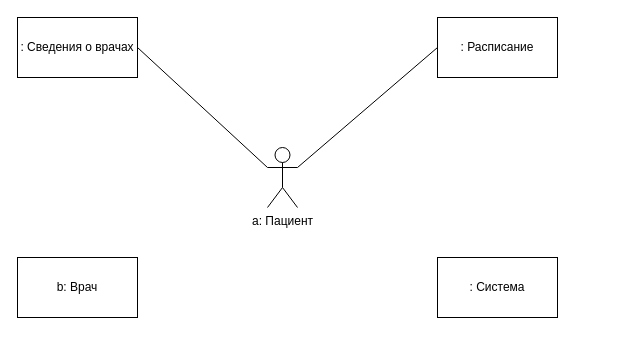
Earlier version of the draw.io diagram acms4_4.drawio (v-tempe/draw.io). Source tidied: cells renumbered, new cells numbered last; positions are measured from the earlier drawing's top-left corner, leaving out a move shared by most shapes. Both pictures are drawn from the tidied source at 100%, with x=0, y=0 at pixel (17, 17).
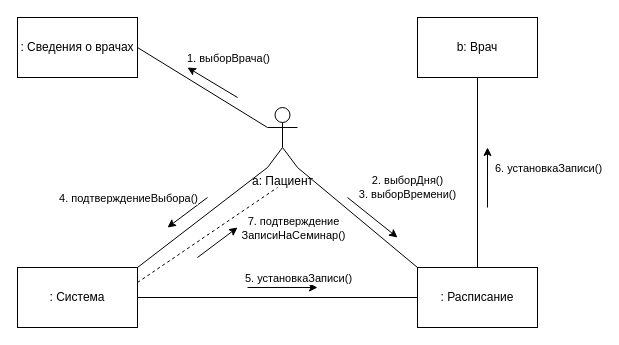
After the change.

The edit, as a diff of the source:
```diff
@@
     <mxCell id="2" value="a: Пациент" style="shape=umlActor;verticalLabelPosition=bottom;verticalAlign=top;html=1;outlineConnect=0;" parent="1" vertex="1">
-      <mxGeometry x="250" y="130" width="30" height="60" as="geometry" />
+      <mxGeometry x="250" y="90" width="30" height="60" as="geometry" />
     </mxCell>
@@
     <mxCell id="4" value="b: Врач" style="rounded=0;whiteSpace=wrap;html=1;" parent="1" vertex="1">
-      <mxGeometry y="240" width="120" height="60" as="geometry" />
+      <mxGeometry x="400" width="120" height="60" as="geometry" />
     </mxCell>
     <mxCell id="5" value=": Система" style="rounded=0;whiteSpace=wrap;html=1;" parent="1" vertex="1">
-      <mxGeometry x="420" y="240" width="120" height="60" as="geometry" />
+      <mxGeometry y="250" width="120" height="60" as="geometry" />
     </mxCell>
     <mxCell id="6" value=": Расписание" style="rounded=0;whiteSpace=wrap;html=1;" parent="1" vertex="1">
-      <mxGeometry x="420" width="120" height="60" as="geometry" />
+      <mxGeometry x="400" y="250" width="120" height="60" as="geometry" />
     </mxCell>
@@
-    <mxCell id="8" style="endArrow=none;html=1;rounded=0;entryX=1;entryY=0.3333333333333333;entryDx=0;entryDy=0;entryPerimeter=0;exitX=0;exitY=0.5;exitDx=0;exitDy=0;" parent="1" edge="1" source="6" target="2">
+    <mxCell id="8" style="endArrow=none;html=1;rounded=0;entryX=1;entryY=1;entryDx=0;entryDy=0;entryPerimeter=0;exitX=0;exitY=0;exitDx=0;exitDy=0;" parent="1" edge="1" source="6" target="2">
       <mxGeometry relative="1" as="geometry" />
     </mxCell>
+    <mxCell id="9" style="endArrow=classic;html=1;rounded=0;" parent="1" edge="1">
+      <mxGeometry relative="1" as="geometry">
+        <mxPoint x="220" y="80" as="sourcePoint" />
+        <mxPoint x="170" y="50" as="targetPoint" />
+      </mxGeometry>
+    </mxCell>
+    <mxCell id="10" value="1. выборВрача()" style="edgeLabel;html=1;align=center;verticalAlign=middle;" parent="9" vertex="1">
+      <mxGeometry relative="1" as="geometry">
+        <mxPoint x="15" y="-25" as="offset" />
+      </mxGeometry>
+    </mxCell>
+    <mxCell id="11" style="endArrow=classic;html=1;rounded=0;" parent="1" edge="1">
+      <mxGeometry relative="1" as="geometry">
+        <mxPoint x="330" y="180" as="sourcePoint" />
+        <mxPoint x="380" y="220" as="targetPoint" />
+      </mxGeometry>
+    </mxCell>
+    <mxCell id="12" value="&lt;div&gt;2. выборДня()&lt;/div&gt;&lt;div&gt;3. выборВремени()&lt;br&gt;&lt;/div&gt;" style="edgeLabel;html=1;align=center;verticalAlign=middle;" parent="11" vertex="1">
+      <mxGeometry relative="1" as="geometry">
+        <mxPoint x="35" y="-30" as="offset" />
+      </mxGeometry>
+    </mxCell>
+    <mxCell id="13" style="endArrow=none;html=1;rounded=0;entryX=0;entryY=1;entryDx=0;entryDy=0;entryPerimeter=0;exitX=1;exitY=0;exitDx=0;exitDy=0;" parent="1" edge="1" source="5" target="2">
+      <mxGeometry relative="1" as="geometry" />
+    </mxCell>
+    <mxCell id="14" style="endArrow=classic;html=1;rounded=0;" parent="1" edge="1">
+      <mxGeometry relative="1" as="geometry">
+        <mxPoint x="190" y="180" as="sourcePoint" />
+        <mxPoint x="150" y="210" as="targetPoint" />
+      </mxGeometry>
+    </mxCell>
+    <mxCell id="15" value="4. подтверждениеВыбора()" style="edgeLabel;html=1;align=center;verticalAlign=middle;" parent="14" vertex="1">
+      <mxGeometry relative="1" as="geometry">
+        <mxPoint x="-60" y="-15" as="offset" />
+      </mxGeometry>
+    </mxCell>
+    <mxCell id="16" style="endArrow=none;html=1;rounded=0;entryX=0.5;entryY=1;entryDx=0;entryDy=0;exitX=0.5;exitY=0;exitDx=0;exitDy=0;" parent="1" edge="1" source="6" target="4">
+      <mxGeometry relative="1" as="geometry" />
+    </mxCell>
+    <mxCell id="17" style="endArrow=classic;html=1;rounded=0;" parent="1" edge="1">
+      <mxGeometry relative="1" as="geometry">
+        <mxPoint x="470" y="190" as="sourcePoint" />
+        <mxPoint x="470" y="130" as="targetPoint" />
+      </mxGeometry>
+    </mxCell>
+    <mxCell id="18" value="6. установкаЗаписи()" style="edgeLabel;html=1;align=center;verticalAlign=middle;" parent="17" vertex="1">
+      <mxGeometry relative="1" as="geometry">
+        <mxPoint x="60" y="-10" as="offset" />
+      </mxGeometry>
+    </mxCell>
+    <mxCell id="19" style="endArrow=none;html=1;rounded=0;entryX=0;entryY=0.5;entryDx=0;entryDy=0;exitX=1;exitY=0.5;exitDx=0;exitDy=0;" parent="1" edge="1" source="5" target="6">
+      <mxGeometry relative="1" as="geometry" />
+    </mxCell>
+    <mxCell id="20" style="endArrow=classic;html=1;rounded=0;" parent="1" edge="1">
+      <mxGeometry relative="1" as="geometry">
+        <mxPoint x="230" y="270" as="sourcePoint" />
+        <mxPoint x="300" y="270" as="targetPoint" />
+      </mxGeometry>
+    </mxCell>
+    <mxCell id="21" value="5. установкаЗаписи()" style="edgeLabel;html=1;align=center;verticalAlign=middle;" parent="20" vertex="1">
+      <mxGeometry relative="1" as="geometry">
+        <mxPoint x="15" y="-10" as="offset" />
+      </mxGeometry>
+    </mxCell>
+    <mxCell id="22" style="endArrow=none;dashed=1;html=1;rounded=0;exitX=1;exitY=0.25;exitDx=0;exitDy=0;" parent="1" edge="1" source="5">
+      <mxGeometry relative="1" as="geometry">
+        <mxPoint x="260" y="170" as="targetPoint" />
+      </mxGeometry>
+    </mxCell>
+    <mxCell id="23" style="endArrow=classic;html=1;rounded=0;" parent="1" edge="1">
+      <mxGeometry relative="1" as="geometry">
+        <mxPoint x="180" y="240" as="sourcePoint" />
+        <mxPoint x="220" y="210" as="targetPoint" />
+      </mxGeometry>
+    </mxCell>
+    <mxCell id="24" value="&lt;div&gt;7. подтверждение&lt;/div&gt;&lt;div&gt;ЗаписиНаСеминар()&lt;/div&gt;" style="edgeLabel;html=1;align=center;verticalAlign=middle;" parent="23" vertex="1">
+      <mxGeometry relative="1" as="geometry">
+        <mxPoint x="75" y="-15" as="offset" />
+      </mxGeometry>
+    </mxCell>
```
